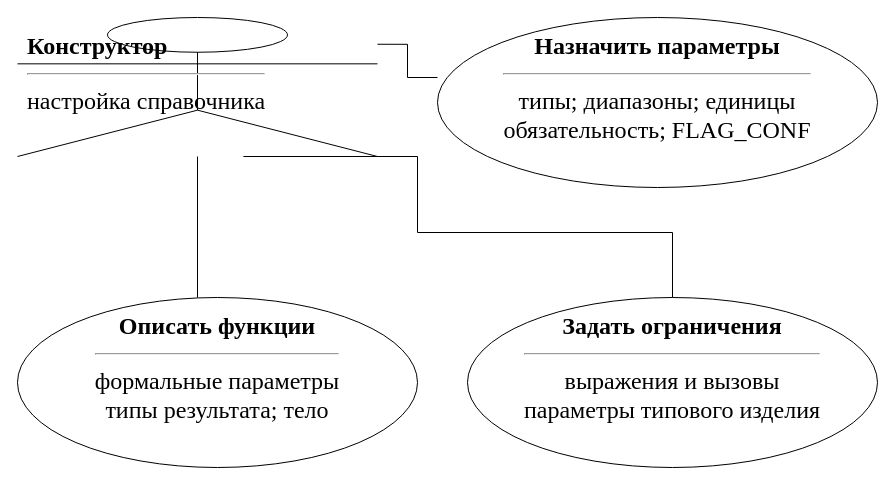
This is utils/lab7/diagrams/01_usecase_setup.drawio from 10xtheo/mispris-sem7, a draw.io file, before an edit. Source tidied: cells renumbered, new cells numbered last; positions are measured from the earlier drawing's top-left corner, leaving out a move shared by most shapes. Both pictures are drawn from the tidied source at 100%, with x=0, y=0 at pixel (17, 17).
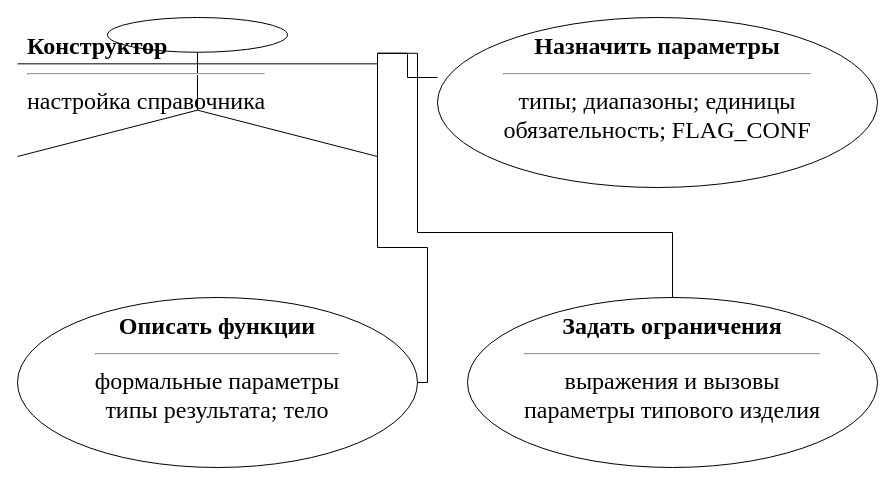
The same diagram, later.

Diff of the diagram source:
```diff
@@
 <mxGraphModel>
   <root>
     <mxCell id="0" />
     <mxCell id="1" parent="0" />
     <mxCell id="2" value="&lt;b&gt;Конструктор&lt;/b&gt;&lt;hr&gt;настройка справочника" style="rounded=0;whiteSpace=wrap;html=1;align=left;verticalAlign=top;fontFamily=Times New Roman;fontSize=24;spacing=10;fillColor=#ffffff;strokeColor=#000000;shape=umlActor;" parent="1" vertex="1">
       <mxGeometry width="360" height="139" as="geometry" />
     </mxCell>
     <mxCell id="3" value="&lt;b&gt;Назначить параметры&lt;/b&gt;&lt;hr&gt;типы; диапазоны; единицы&lt;br&gt;обязательность; FLAG_CONF" style="rounded=0;whiteSpace=wrap;html=1;align=left;verticalAlign=top;fontFamily=Times New Roman;fontSize=24;spacing=10;fillColor=#ffffff;strokeColor=#000000;shape=ellipse;align=center;" parent="1" vertex="1">
       <mxGeometry x="420" width="440" height="170" as="geometry" />
     </mxCell>
     <mxCell id="4" value="&lt;b&gt;Описать функции&lt;/b&gt;&lt;hr&gt;формальные параметры&lt;br&gt;типы результата; тело" style="rounded=0;whiteSpace=wrap;html=1;align=left;verticalAlign=top;fontFamily=Times New Roman;fontSize=24;spacing=10;fillColor=#ffffff;strokeColor=#000000;shape=ellipse;align=center;" parent="1" vertex="1">
       <mxGeometry y="280" width="400" height="170" as="geometry" />
     </mxCell>
     <mxCell id="5" value="&lt;b&gt;Задать ограничения&lt;/b&gt;&lt;hr&gt;выражения и вызовы&lt;br&gt;параметры типового изделия" style="rounded=0;whiteSpace=wrap;html=1;align=left;verticalAlign=top;fontFamily=Times New Roman;fontSize=24;spacing=10;fillColor=#ffffff;strokeColor=#000000;shape=ellipse;align=center;" parent="1" vertex="1">
       <mxGeometry x="450" y="280" width="410" height="170" as="geometry" />
     </mxCell>
-    <mxCell id="6" style="edgeStyle=orthogonalEdgeStyle;rounded=0;html=1;endArrow=open;fontFamily=Times New Roman;fontSize=24;labelBackgroundColor=#ffffff;exitX=0.6111111111111112;exitY=0.4316546762589928;entryX=0.0;entryY=0.35294117647058826;endArrow=none;" parent="1" edge="1" source="2" target="3">
+    <mxCell id="6" style="edgeStyle=orthogonalEdgeStyle;rounded=0;html=1;endArrow=open;fontFamily=Times New Roman;fontSize=24;labelBackgroundColor=#ffffff;exitX=0.6111111111111112;exitY=0.4460431654676259;entryX=0.020317249214364674;entryY=0.3589168380042249;endArrow=none;" parent="1" edge="1" source="2" target="3">
       <mxGeometry relative="1" as="geometry" />
     </mxCell>
-    <mxCell id="7" style="edgeStyle=orthogonalEdgeStyle;rounded=0;html=1;endArrow=open;fontFamily=Times New Roman;fontSize=24;labelBackgroundColor=#ffffff;exitX=0.5;exitY=1.223021582733813;entryX=0.45;entryY=0.0;endArrow=none;" parent="1" edge="1" source="2" target="4">
-      <mxGeometry relative="1" as="geometry" />
+    <mxCell id="7" style="edgeStyle=orthogonalEdgeStyle;rounded=0;html=1;endArrow=open;fontFamily=Times New Roman;fontSize=24;labelBackgroundColor=#ffffff;exitX=0.6111111111111112;exitY=0.4460431654676259;entryX=1.0;entryY=0.5;endArrow=none;" parent="1" edge="1" source="2" target="4">
+      <mxGeometry relative="1" as="geometry">
+        <Array as="points">
+          <mxPoint x="410" y="230" />
+          <mxPoint x="410" y="365" />
+        </Array>
+      </mxGeometry>
     </mxCell>
-    <mxCell id="8" style="edgeStyle=orthogonalEdgeStyle;rounded=0;html=1;endArrow=open;fontFamily=Times New Roman;fontSize=24;labelBackgroundColor=#ffffff;exitX=0.6111111111111112;exitY=0.935251798561151;entryX=0.5;entryY=0.0;endArrow=none;" parent="1" edge="1" source="2" target="5">
+    <mxCell id="8" style="edgeStyle=orthogonalEdgeStyle;rounded=0;html=1;endArrow=open;fontFamily=Times New Roman;fontSize=24;labelBackgroundColor=#ffffff;exitX=0.6111111111111112;exitY=0.4460431654676259;entryX=0.5;entryY=0.0;endArrow=none;" parent="1" edge="1" source="2" target="5">
       <mxGeometry relative="1" as="geometry">
         <Array as="points">
           <mxPoint x="400" y="215" />
           <mxPoint x="655" y="215" />
         </Array>
       </mxGeometry>
     </mxCell>
   </root>
 </mxGraphModel>
```
